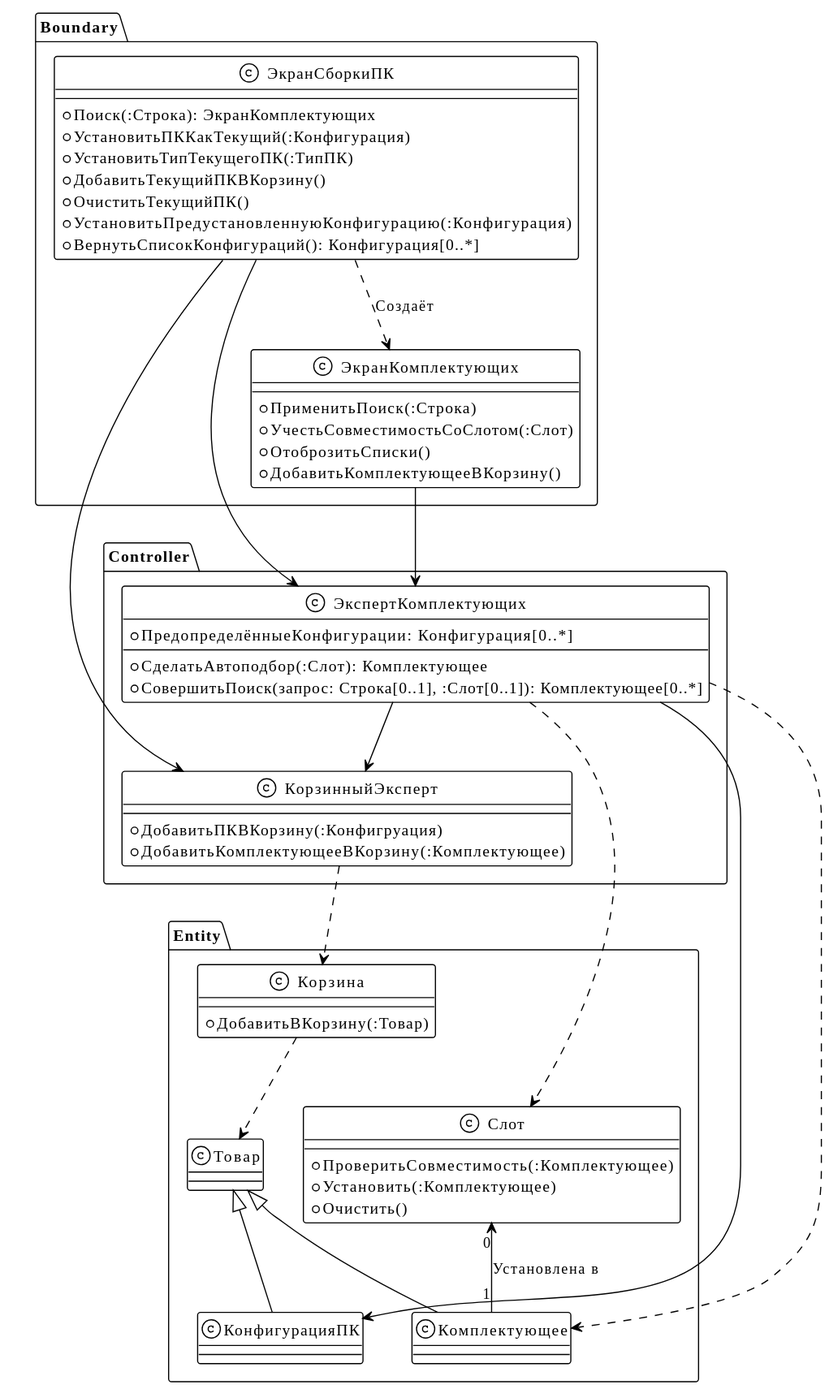
Before: puml/lab6/01_program_class_diagram.svg, a diagram exported from PlantUML (Egorkin-enabled/Lab-BOOA). The source it was exported from:
```plantuml
@startuml
!theme mono


package "Boundary" {
    class "ЭкранСборкиПК" as pcBuild {
        + Поиск(:Строка): ЭкранКомплектующих
        + УстановитьПККакТекущий(:Конфигурация)
        + УстановитьТипТекущегоПК(:ТипПК)
        + ДобавитьТекущийПКВКорзину()
        + ОчиститьТекущийПК()
        + УстановитьПредустановленнуюКонфигурацию(:Конфигурация)
        + ВернутьСписокКонфигураций(): Конфигурация[0..*]
    }

    class "ЭкранКомплектующих" as partBuild {
        + ПрименитьПоиск(:Строка)
        + УчестьСовместимостьСоСлотом(:Слот)
        + ОтоброзитьСписки()
        + ДобавитьКомплектующееВКорзину()
    }
}

package "Controller" {
    class "ЭкспертКомплектующих" as partManager {
        + ПредопределённыеКонфигурации: Конфигурация[0..*]
        + СделатьАвтоподбор(:Слот): Комплектующее
        + СовершитьПоиск(запрос: Строка[0..1], :Слот[0..1]): Комплектующее[0..*]
    }

    class "КорзинныйЭксперт" as basketManager {
        + ДобавитьПКВКорзину(:Конфигруация)
        + ДобавитьКомплектующееВКорзину(:Комплектующее)
    }
}

package "Entity" {
    class "Корзина" as basket {
        + ДобавитьВКорзину(:Товар)
    }

    class "Товар" as item{

    }

    class "Слот" as slot {
        + ПроверитьСовместимость(:Комплектующее)
        + Установить(:Комплектующее)
        + Очистить()
    }

    class "Комплектующее" as part extends item {

    }

    class "КонфигурацияПК" as pcConfig extends item {

    }

}

basket ..> item
slot "0" <-- "1" part: Установлена в

partManager ..> slot
partManager ..> part
partManager --> pcConfig

pcBuild ..> partBuild: Создаёт

pcBuild   --> partManager
partBuild --> partManager

pcBuild --> basketManager
partManager --> basketManager

basketManager ..> basket
@enduml
```
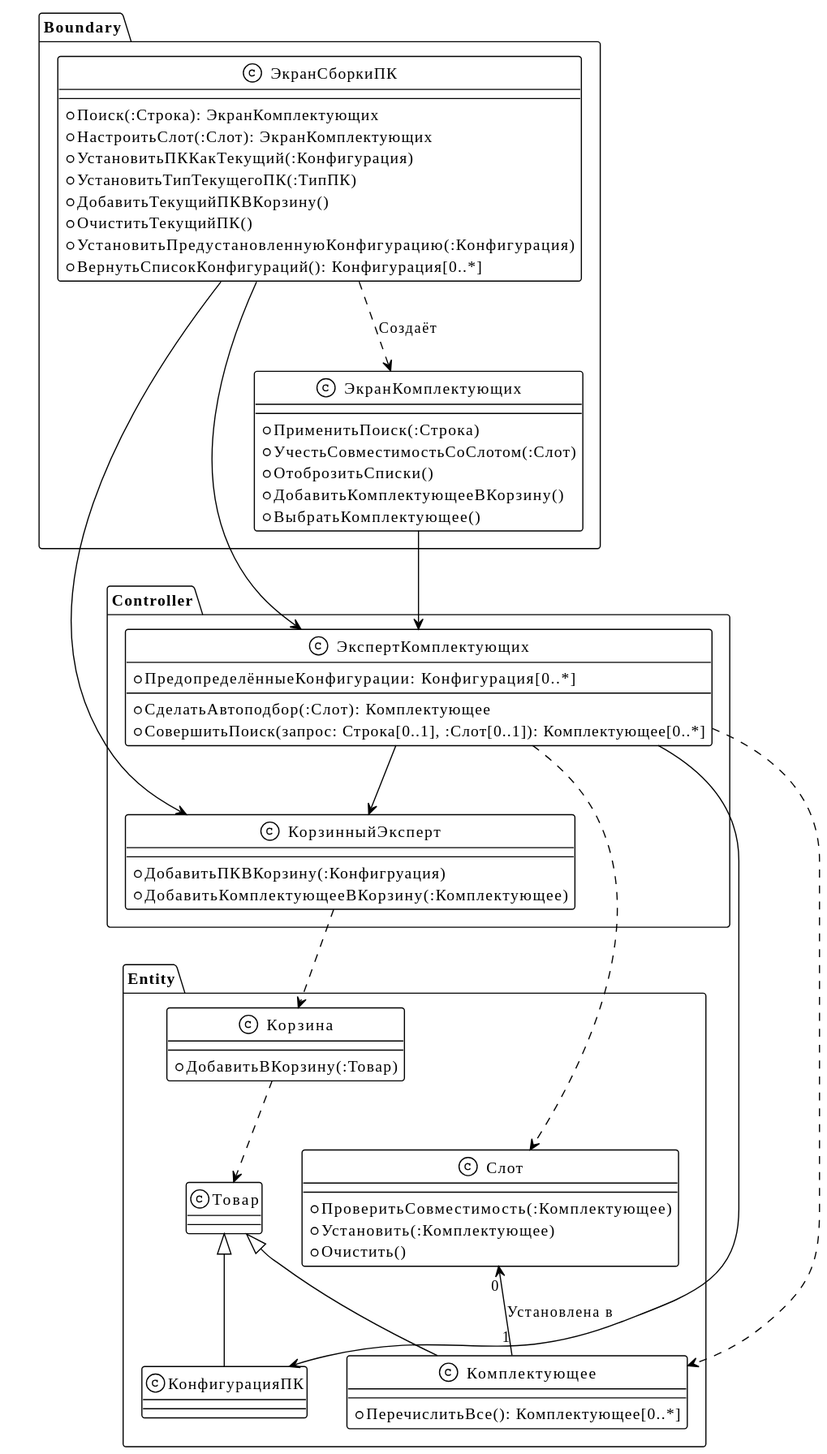
After the commit.

Change to the diagram source:
```diff
@@ -5,6 +5,7 @@
 package "Boundary" {
     class "ЭкранСборкиПК" as pcBuild {
         + Поиск(:Строка): ЭкранКомплектующих
+        + НастроитьСлот(:Слот): ЭкранКомплектующих
         + УстановитьПККакТекущий(:Конфигурация)
         + УстановитьТипТекущегоПК(:ТипПК)
         + ДобавитьТекущийПКВКорзину()
@@ -18,6 +19,7 @@
         + УчестьСовместимостьСоСлотом(:Слот)
         + ОтоброзитьСписки()
         + ДобавитьКомплектующееВКорзину()
+        + ВыбратьКомплектующее()
     }
 }
 
@@ -50,7 +52,7 @@
     }
 
     class "Комплектующее" as part extends item {
-
+        + ПеречислитьВсе(): Комплектующее[0..*]
     }
 
     class "КонфигурацияПК" as pcConfig extends item {
```
